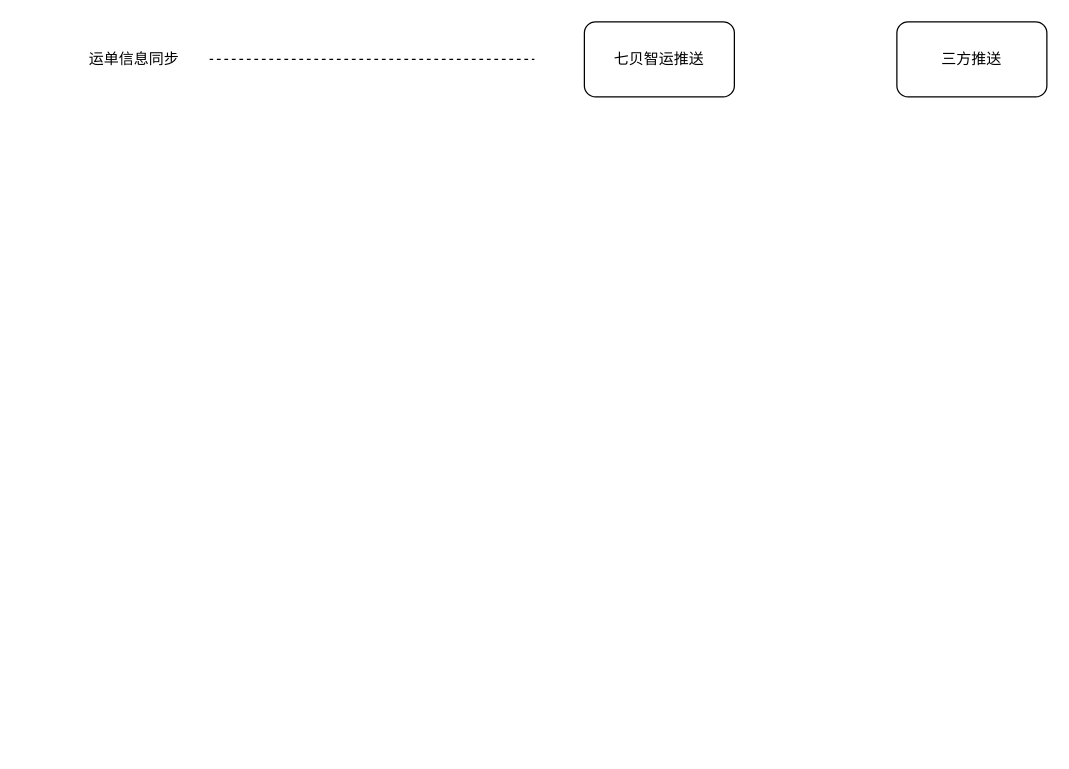
YangZhenli-git/draw_picture keeps this draw.io diagram as 未命名绘图.drawio. Above is the earlier version. Source tidied: cells renumbered, new cells numbered last; positions are measured from the earlier drawing's top-left corner, leaving out a move shared by most shapes. Both pictures are drawn from the tidied source at 125%, with x=0, y=0 at pixel (59, 21).
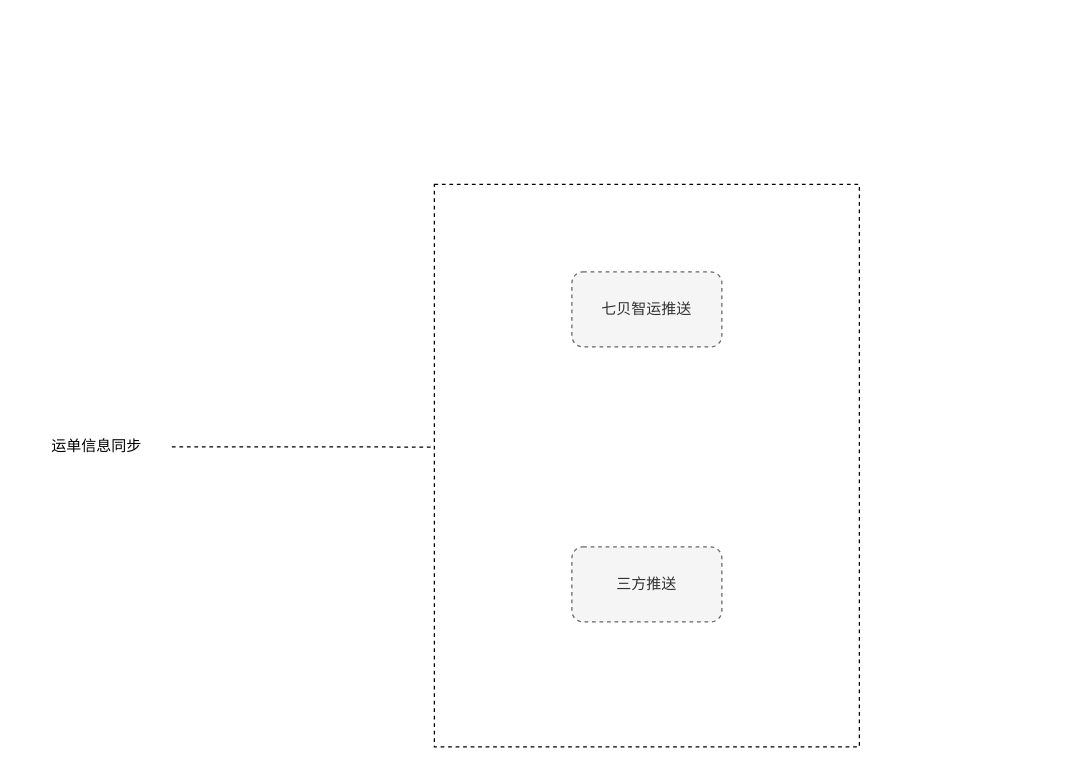
Above is the later version.

Commit message (it also covers changes not shown here):
更新未命名绘图.drawio

What changed in the source:
```diff
@@
 <mxGraphModel>
   <root>
     <mxCell id="0" />
     <mxCell id="1" parent="0" />
+    <mxCell id="6" style="rounded=0;whiteSpace=wrap;html=1;dashed=1;" parent="1" vertex="1">
+      <mxGeometry x="300" y="130" width="340" height="450" as="geometry" />
+    </mxCell>
-    <mxCell id="2" value="七贝智运推送" style="rounded=1;whiteSpace=wrap;html=1;" parent="1" vertex="1">
-      <mxGeometry x="420" width="120" height="60" as="geometry" />
+    <mxCell id="2" value="七贝智运推送" style="rounded=1;whiteSpace=wrap;html=1;fillColor=#f5f5f5;fontColor=#333333;strokeColor=#666666;dashed=1;" parent="1" vertex="1">
+      <mxGeometry x="410" y="200" width="120" height="60" as="geometry" />
     </mxCell>
-    <mxCell id="3" style="edgeStyle=orthogonalEdgeStyle;rounded=0;jettySize=auto;html=1;shape=filledEdge;endArrow=none;endFill=0;dashed=1;" parent="1" edge="1" source="4">
-      <mxGeometry relative="1" as="geometry">
-        <mxPoint x="380" y="30" as="targetPoint" />
-      </mxGeometry>
-    </mxCell>
-    <mxCell id="4" value="运单信息同步" style="rounded=0;whiteSpace=wrap;html=1;strokeColor=none;" parent="1" vertex="1">
-      <mxGeometry width="120" height="60" as="geometry" />
+    <mxCell id="4" value="运单信息同步" style="rounded=0;whiteSpace=wrap;html=1;strokeColor=none;dashed=1;" parent="1" vertex="1">
+      <mxGeometry x="-30" y="310" width="120" height="60" as="geometry" />
     </mxCell>
-    <mxCell id="5" value="三方推送" style="rounded=1;whiteSpace=wrap;html=1;" parent="1" vertex="1">
-      <mxGeometry x="670" width="120" height="60" as="geometry" />
+    <mxCell id="5" value="三方推送" style="rounded=1;whiteSpace=wrap;html=1;fillColor=#f5f5f5;fontColor=#333333;strokeColor=#666666;dashed=1;" parent="1" vertex="1">
+      <mxGeometry x="410" y="420" width="120" height="60" as="geometry" />
     </mxCell>
+    <mxCell id="7" style="edgeStyle=orthogonalEdgeStyle;rounded=0;jettySize=auto;html=1;entryX=-0.003;entryY=0.467;entryDx=0;entryDy=0;entryPerimeter=0;dashed=1;endArrow=none;endFill=0;" parent="1" edge="1" source="4" target="6">
+      <mxGeometry relative="1" as="geometry" />
+    </mxCell>
   </root>
 </mxGraphModel>
```
